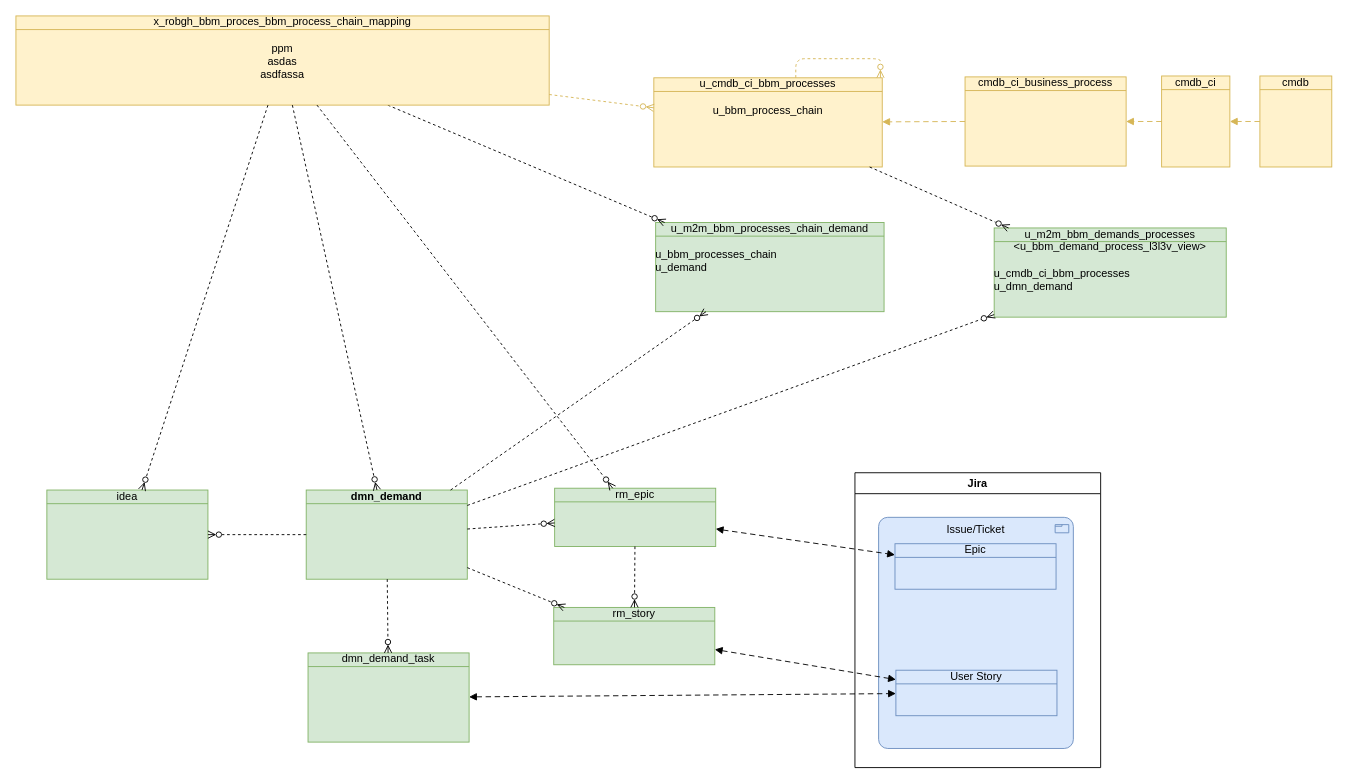
Above: page "m2mProcess" (11 of 19) of Bosch.drawio in algimas/tmp (draw.io), before the change. Source tidied: cells renumbered, new cells numbered last; positions are measured from the earlier drawing's top-left corner, leaving out a move shared by most shapes. Both pictures are drawn from the tidied source at 91%, with x=0, y=0 at pixel (15, 15).
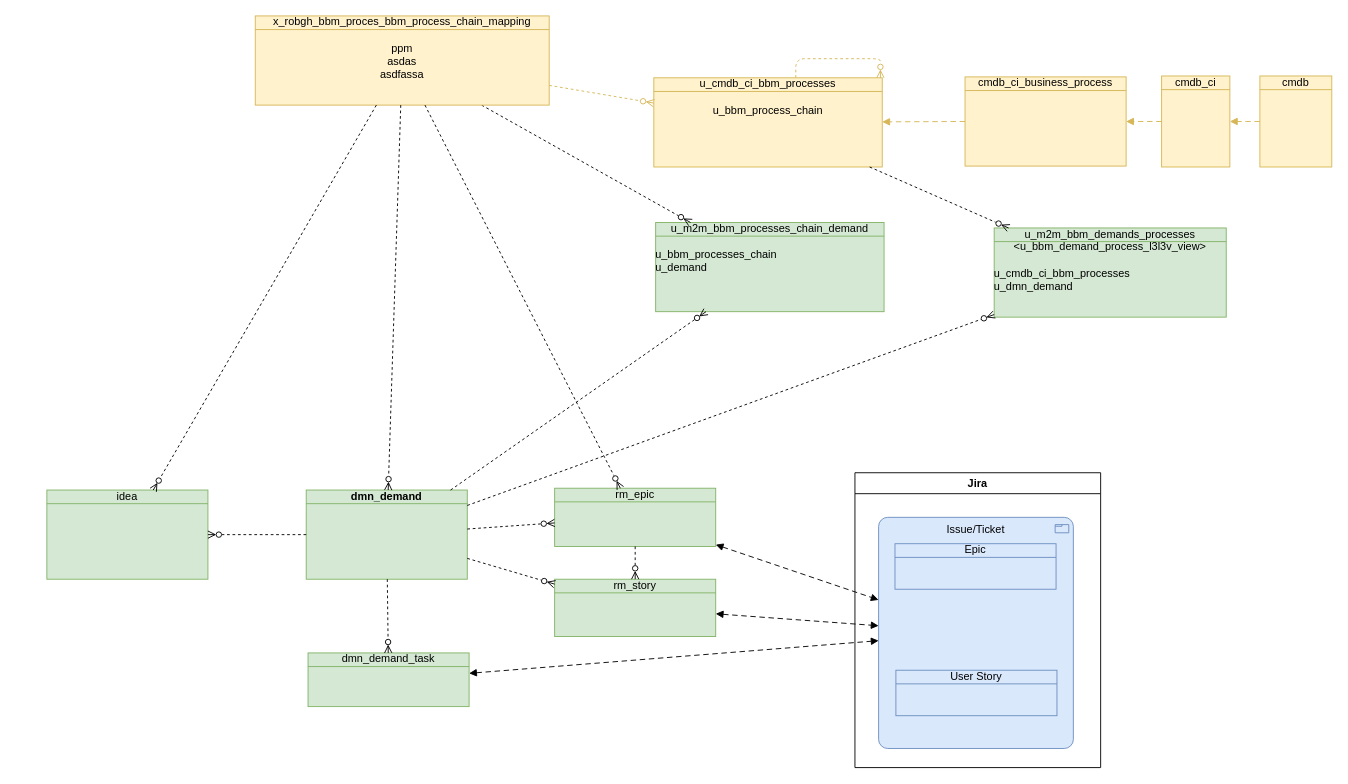
The same diagram, later.

Unchanged cells that the change refers to:
```xml
<mxCell id="11" value="rm_epic" style="html=1;outlineConnect=0;whiteSpace=wrap;fillColor=#d5e8d4;shape=mxgraph.archimate3.businessObject;overflow=fill;strokeColor=#82b366;" parent="1" vertex="1">
  <mxGeometry x="592" y="519" width="177" height="64" as="geometry" />
</mxCell>
<mxCell id="24" value="Issue/Ticket" style="html=1;outlineConnect=0;whiteSpace=wrap;fillColor=#dae8fc;shape=mxgraph.archimate3.application;appType=product;archiType=rounded;strokeColor=#6c8ebf;verticalAlign=top;fontStyle=0;" parent="23" vertex="1">
  <mxGeometry x="26" y="49" width="214" height="254" as="geometry" />
</mxCell>
<mxCell id="25" value="Epic" style="html=1;outlineConnect=0;whiteSpace=wrap;fillColor=#dae8fc;shape=mxgraph.archimate3.businessObject;overflow=fill;strokeColor=#6c8ebf;" parent="23" vertex="1">
  <mxGeometry x="44" y="78" width="177" height="50" as="geometry" />
</mxCell>
<mxCell id="26" value="User Story" style="html=1;outlineConnect=0;whiteSpace=wrap;fillColor=#dae8fc;shape=mxgraph.archimate3.businessObject;overflow=fill;strokeColor=#6c8ebf;" parent="23" vertex="1">
  <mxGeometry x="45" y="217" width="177" height="50" as="geometry" />
</mxCell>
```

Diff of the diagram source:
```diff
@@
     <mxCell id="13" value="rm_story" style="html=1;outlineConnect=0;whiteSpace=wrap;fillColor=#d5e8d4;shape=mxgraph.archimate3.businessObject;overflow=fill;strokeColor=#82b366;" parent="1" vertex="1">
-      <mxGeometry x="591" y="650" width="177" height="63" as="geometry" />
+      <mxGeometry x="592" y="619" width="177" height="63" as="geometry" />
     </mxCell>
@@
     <mxCell id="20" value="dmn_demand_task" style="html=1;outlineConnect=0;whiteSpace=wrap;fillColor=#d5e8d4;shape=mxgraph.archimate3.businessObject;overflow=fill;strokeColor=#82b366;" parent="1" vertex="1">
-      <mxGeometry x="321" y="700" width="177" height="98" as="geometry" />
+      <mxGeometry x="321" y="700" width="177" height="59" as="geometry" />
     </mxCell>
@@
-    <mxCell id="27" style="html=1;endArrow=block;dashed=1;elbow=vertical;endFill=1;dashPattern=6 4;rounded=0;fontSize=12;fontStyle=0;startArrow=block;startFill=1;" parent="1" edge="1" source="13" target="26">
+    <mxCell id="27" style="html=1;endArrow=block;dashed=1;elbow=vertical;endFill=1;dashPattern=6 4;rounded=0;fontSize=12;fontStyle=0;startArrow=block;startFill=1;" parent="1" edge="1" source="13" target="24">
       <mxGeometry relative="1" as="geometry" />
     </mxCell>
@@
     <mxCell id="31" value="x_robgh_bbm_proces_bbm_process_chain_mapping&lt;div&gt;&lt;br&gt;&lt;/div&gt;&lt;div&gt;ppm&lt;/div&gt;&lt;div&gt;asdas&lt;/div&gt;&lt;div&gt;asdfassa&lt;/div&gt;" style="html=1;outlineConnect=0;whiteSpace=wrap;fillColor=#fff2cc;shape=mxgraph.archimate3.businessObject;overflow=fill;strokeColor=#d6b656;" parent="1" vertex="1">
-      <mxGeometry width="586" height="98" as="geometry" />
+      <mxGeometry x="263" width="323" height="98" as="geometry" />
     </mxCell>
@@
-    <mxCell id="36" style="html=1;endArrow=block;dashed=1;elbow=vertical;endFill=1;dashPattern=6 4;rounded=0;fontSize=12;fontStyle=0;startArrow=block;startFill=1;" parent="1" edge="1" source="11" target="25">
+    <mxCell id="36" style="html=1;endArrow=block;dashed=1;elbow=vertical;endFill=1;dashPattern=6 4;rounded=0;fontSize=12;fontStyle=0;startArrow=block;startFill=1;" parent="1" edge="1" source="11" target="24">
       <mxGeometry relative="1" as="geometry" />
     </mxCell>
-    <mxCell id="37" style="html=1;endArrow=block;dashed=1;elbow=vertical;endFill=1;dashPattern=6 4;rounded=0;fontSize=12;fontStyle=0;startArrow=block;startFill=1;" parent="1" edge="1" source="20" target="26">
+    <mxCell id="37" style="html=1;endArrow=block;dashed=1;elbow=vertical;endFill=1;dashPattern=6 4;rounded=0;fontSize=12;fontStyle=0;startArrow=block;startFill=1;" parent="1" edge="1" source="20" target="24">
       <mxGeometry relative="1" as="geometry" />
     </mxCell>
```
